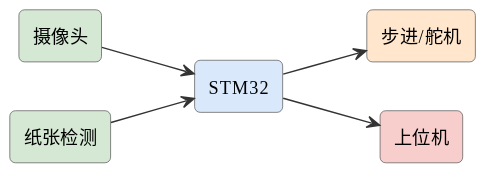
The PlantUML diagram assets/diagrams/ideas-fig119.svg in mingyi0818/IntelligentMcuCourse, before a commit.
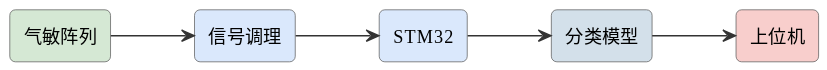
After the change.

Diff of the diagram source:
```diff
@@ -6,13 +6,13 @@
 skinparam arrowFontSize 11
 skinparam arrowColor #333
 left to right direction
+rectangle "气敏阵列" as nose #d5e8d4
+rectangle "信号调理" as amp #dae8fc
 rectangle "STM32" as stm #dae8fc
-rectangle "步进/舵机" as step #ffe6cc
-rectangle "摄像头" as cam #d5e8d4
-rectangle "纸张检测" as det #d5e8d4
+rectangle "分类模型" as ai #d3e0ea
 rectangle "上位机" as pc #f8cecc
-stm --> step
-cam --> stm
-det --> stm
-stm --> pc
+nose --> amp
+amp --> stm
+stm --> ai
+ai --> pc
 @enduml
```
